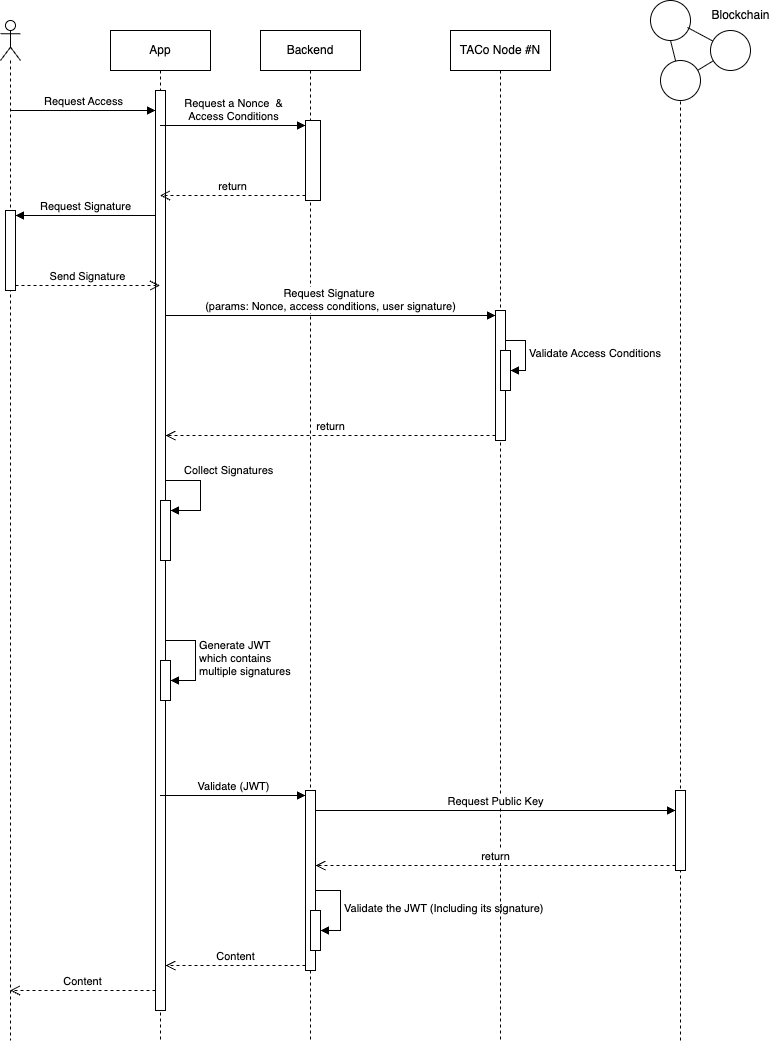
Above: JWT with custom JOSE for BLS algo.drawio.png in Muhammad-Altabba/taco-docs (draw.io), before the change. Source tidied: cells renumbered, new cells last; positions are measured from the earlier drawing's top-left corner, leaving out a move shared by most shapes.
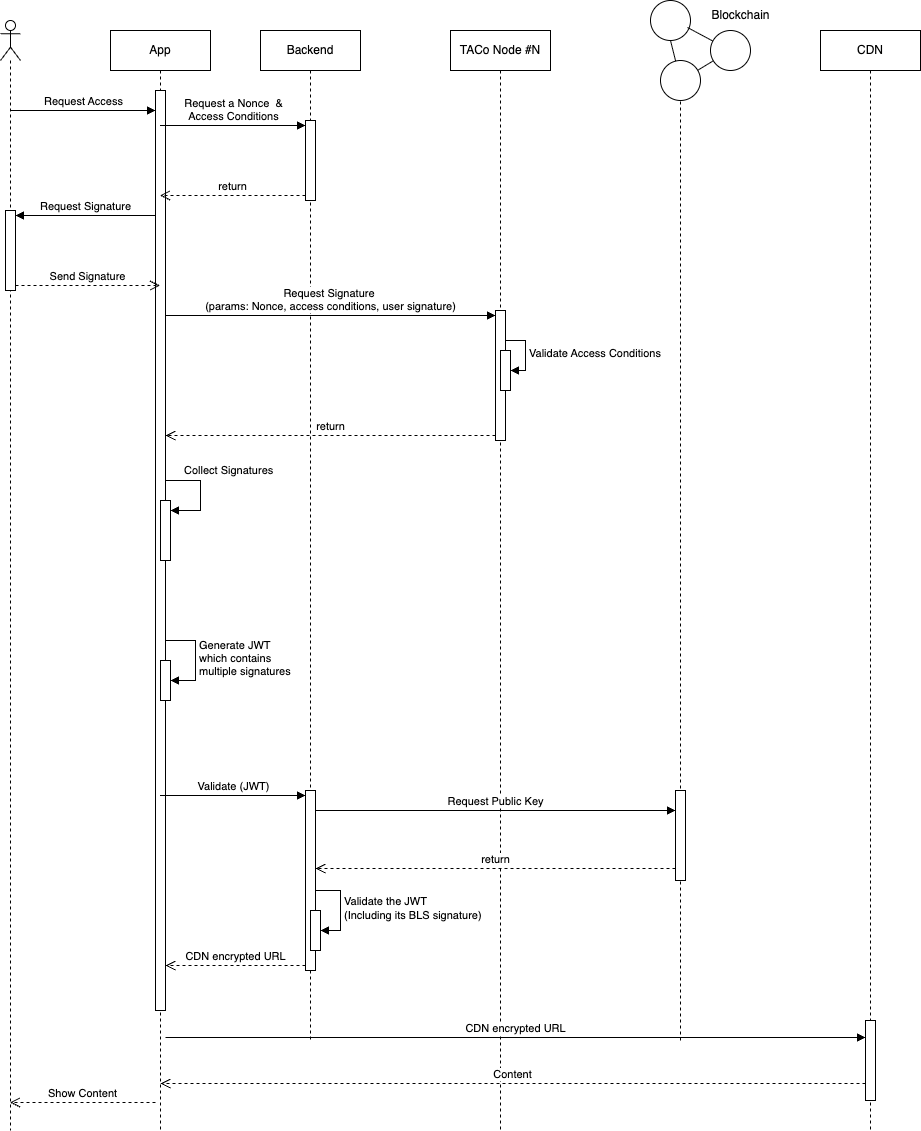
Above is the later version.

Change to the diagram source:
```diff
@@ -3,7 +3,7 @@
     <mxCell id="0" />
     <mxCell id="1" parent="0" />
     <mxCell id="2" value="App" style="shape=umlLifeline;perimeter=lifelinePerimeter;whiteSpace=wrap;html=1;outlineConnect=0;portConstraint=eastwest;newEdgeStyle={&quot;curved&quot;:0,&quot;rounded&quot;:0};" parent="1" vertex="1">
-      <mxGeometry x="110" y="30" width="100" height="1010" as="geometry" />
+      <mxGeometry x="110" y="30" width="100" height="1100" as="geometry" />
     </mxCell>
     <mxCell id="3" style="html=1;points=[[0,0,0,0,5],[0,1,0,0,-5],[1,0,0,0,5],[1,1,0,0,-5]];perimeter=orthogonalPerimeter;outlineConnect=0;targetShapes=umlLifeline;portConstraint=eastwest;newEdgeStyle={&quot;curved&quot;:0,&quot;rounded&quot;:0};" parent="2" vertex="1">
       <mxGeometry x="45" y="60" width="10" height="920" as="geometry" />
@@ -35,7 +35,7 @@
       <mxGeometry x="260" y="30" width="100" height="1010" as="geometry" />
     </mxCell>
     <mxCell id="9" style="html=1;points=[[0,0,0,0,5],[0,1,0,0,-5],[1,0,0,0,5],[1,1,0,0,-5]];perimeter=orthogonalPerimeter;outlineConnect=0;targetShapes=umlLifeline;portConstraint=eastwest;newEdgeStyle={&quot;curved&quot;:0,&quot;rounded&quot;:0};" parent="8" vertex="1">
-      <mxGeometry x="45" y="90" width="15" height="80" as="geometry" />
+      <mxGeometry x="45" y="90" width="10" height="80" as="geometry" />
     </mxCell>
     <mxCell id="10" style="html=1;points=[[0,0,0,0,5],[0,1,0,0,-5],[1,0,0,0,5],[1,1,0,0,-5]];perimeter=orthogonalPerimeter;outlineConnect=0;targetShapes=umlLifeline;portConstraint=eastwest;newEdgeStyle={&quot;curved&quot;:0,&quot;rounded&quot;:0};" parent="8" vertex="1">
       <mxGeometry x="45" y="760" width="10" height="180" as="geometry" />
@@ -43,7 +43,7 @@
     <mxCell id="11" style="html=1;points=[[0,0,0,0,5],[0,1,0,0,-5],[1,0,0,0,5],[1,1,0,0,-5]];perimeter=orthogonalPerimeter;outlineConnect=0;targetShapes=umlLifeline;portConstraint=eastwest;newEdgeStyle={&quot;curved&quot;:0,&quot;rounded&quot;:0};" parent="8" vertex="1">
       <mxGeometry x="50" y="880" width="10" height="40" as="geometry" />
     </mxCell>
-    <mxCell id="12" value="Validate the JWT (Including its signature)" style="html=1;align=left;spacingLeft=2;endArrow=block;rounded=0;edgeStyle=orthogonalEdgeStyle;curved=0;rounded=0;" parent="8" edge="1" source="10" target="11">
+    <mxCell id="12" value="Validate the JWT&lt;div&gt;(Including its BLS signature)&lt;/div&gt;" style="html=1;align=left;spacingLeft=2;endArrow=block;rounded=0;edgeStyle=orthogonalEdgeStyle;curved=0;rounded=0;" parent="8" edge="1" source="10" target="11">
       <mxGeometry relative="1" as="geometry">
         <Array as="points">
           <mxPoint x="80" y="860" />
@@ -52,7 +52,7 @@
       </mxGeometry>
     </mxCell>
     <mxCell id="13" style="shape=umlLifeline;perimeter=lifelinePerimeter;whiteSpace=wrap;html=1;outlineConnect=0;portConstraint=eastwest;newEdgeStyle={&quot;curved&quot;:0,&quot;rounded&quot;:0};participant=umlActor;" parent="1" vertex="1">
-      <mxGeometry y="20" width="20" height="1020" as="geometry" />
+      <mxGeometry y="20" width="20" height="1110" as="geometry" />
     </mxCell>
     <mxCell id="14" style="html=1;points=[[0,0,0,0,5],[0,1,0,0,-5],[1,0,0,0,5],[1,1,0,0,-5]];perimeter=orthogonalPerimeter;outlineConnect=0;targetShapes=umlLifeline;portConstraint=eastwest;newEdgeStyle={&quot;curved&quot;:0,&quot;rounded&quot;:0};" parent="13" vertex="1">
       <mxGeometry x="5" y="190" width="10" height="80" as="geometry" />
@@ -64,7 +64,7 @@
       <mxGeometry relative="1" as="geometry" />
     </mxCell>
     <mxCell id="17" value="TACo Node #N" style="shape=umlLifeline;perimeter=lifelinePerimeter;whiteSpace=wrap;html=1;newEdgeStyle={&quot;curved&quot;:0,&quot;rounded&quot;:0};" parent="1" vertex="1">
-      <mxGeometry x="450" y="30" width="100" height="1010" as="geometry" />
+      <mxGeometry x="450" y="30" width="100" height="1100" as="geometry" />
     </mxCell>
     <mxCell id="18" style="html=1;points=[[0,0,0,0,5],[0,1,0,0,-5],[1,0,0,0,5],[1,1,0,0,-5]];perimeter=orthogonalPerimeter;outlineConnect=0;targetShapes=umlLifeline;portConstraint=eastwest;newEdgeStyle={&quot;curved&quot;:0,&quot;rounded&quot;:0};" parent="17" vertex="1">
       <mxGeometry x="45" y="280" width="10" height="130" as="geometry" />
@@ -101,7 +101,7 @@
     <mxCell id="26" value="Validate (JWT)" style="html=1;verticalAlign=bottom;endArrow=block;curved=0;rounded=0;entryX=0;entryY=0;entryDx=0;entryDy=5;" parent="1" edge="1" source="2" target="10">
       <mxGeometry relative="1" as="geometry" />
     </mxCell>
-    <mxCell id="27" value="Content" style="html=1;verticalAlign=bottom;endArrow=open;dashed=1;endSize=8;curved=0;rounded=0;exitX=0;exitY=1;exitDx=0;exitDy=-5;" parent="1" edge="1" source="10" target="3">
+    <mxCell id="27" value="CDN encrypted URL" style="html=1;verticalAlign=bottom;endArrow=open;dashed=1;endSize=8;curved=0;rounded=0;exitX=0;exitY=1;exitDx=0;exitDy=-5;" parent="1" edge="1" source="10" target="3">
       <mxGeometry relative="1" as="geometry" />
     </mxCell>
     <mxCell id="28" style="endArrow=none;dashed=1;html=1;rounded=0;entryX=0.5;entryY=1;entryDx=0;entryDy=0;" parent="1" edge="1" target="30">
@@ -134,7 +134,7 @@
       <mxGeometry x="50" width="80" height="30" as="geometry" />
     </mxCell>
     <mxCell id="37" style="html=1;points=[[0,0,0,0,5],[0,1,0,0,-5],[1,0,0,0,5],[1,1,0,0,-5]];perimeter=orthogonalPerimeter;outlineConnect=0;targetShapes=umlLifeline;portConstraint=eastwest;newEdgeStyle={&quot;curved&quot;:0,&quot;rounded&quot;:0};" parent="1" vertex="1">
-      <mxGeometry x="675" y="790" width="10" height="80" as="geometry" />
+      <mxGeometry x="675" y="790" width="10" height="90" as="geometry" />
     </mxCell>
     <mxCell id="38" value="Request Public Key" style="html=1;verticalAlign=bottom;endArrow=block;curved=0;rounded=0;" parent="1" edge="1" source="10" target="37">
       <mxGeometry relative="1" as="geometry">
@@ -143,13 +143,34 @@
         </Array>
       </mxGeometry>
     </mxCell>
-    <mxCell id="39" value="return" style="html=1;verticalAlign=bottom;endArrow=open;dashed=1;endSize=8;curved=0;rounded=0;exitX=0;exitY=1;exitDx=0;exitDy=-5;" parent="1" edge="1" source="37" target="10">
-      <mxGeometry relative="1" as="geometry" />
+    <mxCell id="39" value="return" style="html=1;verticalAlign=bottom;endArrow=open;dashed=1;endSize=8;curved=0;rounded=0;exitX=0;exitY=1;exitDx=0;exitDy=-5;" parent="1" edge="1">
+      <mxGeometry relative="1" as="geometry">
+        <mxPoint x="675" y="868" as="sourcePoint" />
+        <mxPoint x="315" y="868" as="targetPoint" />
+      </mxGeometry>
     </mxCell>
+    <mxCell id="41" value="Show Content" style="html=1;verticalAlign=bottom;endArrow=open;dashed=1;endSize=8;curved=0;rounded=0;" parent="1" edge="1">
+      <mxGeometry relative="1" as="geometry">
+        <mxPoint x="155" y="1102" as="sourcePoint" />
+        <mxPoint x="9.5" y="1102" as="targetPoint" />
+      </mxGeometry>
+    </mxCell>
+    <mxCell id="42" value="CDN" style="shape=umlLifeline;perimeter=lifelinePerimeter;whiteSpace=wrap;html=1;newEdgeStyle={&quot;curved&quot;:0,&quot;rounded&quot;:0};" parent="1" vertex="1">
+      <mxGeometry x="820" y="30" width="100" height="1100" as="geometry" />
+    </mxCell>
+    <mxCell id="43" style="html=1;points=[[0,0,0,0,5],[0,1,0,0,-5],[1,0,0,0,5],[1,1,0,0,-5]];perimeter=orthogonalPerimeter;outlineConnect=0;targetShapes=umlLifeline;portConstraint=eastwest;newEdgeStyle={&quot;curved&quot;:0,&quot;rounded&quot;:0};" parent="42" vertex="1">
+      <mxGeometry x="45" y="990" width="10" height="80" as="geometry" />
+    </mxCell>
+    <mxCell id="44" value="CDN encrypted URL" style="html=1;verticalAlign=bottom;endArrow=block;curved=0;rounded=0;" parent="1" edge="1" target="43">
+      <mxGeometry relative="1" as="geometry">
+        <mxPoint x="165" y="1037" as="sourcePoint" />
+      </mxGeometry>
+    </mxCell>
-    <mxCell id="40" value="Content" style="html=1;verticalAlign=bottom;endArrow=open;dashed=1;endSize=8;curved=0;rounded=0;" parent="1" edge="1" source="3" target="13">
+    <mxCell id="40" value="Content" style="html=1;verticalAlign=bottom;endArrow=open;dashed=1;endSize=8;curved=0;rounded=0;" parent="1" edge="1" source="43">
       <mxGeometry relative="1" as="geometry">
+        <mxPoint x="160" y="1083" as="targetPoint" />
         <Array as="points">
-          <mxPoint x="80" y="990" />
+          <mxPoint x="510" y="1083" />
         </Array>
       </mxGeometry>
     </mxCell>
```
